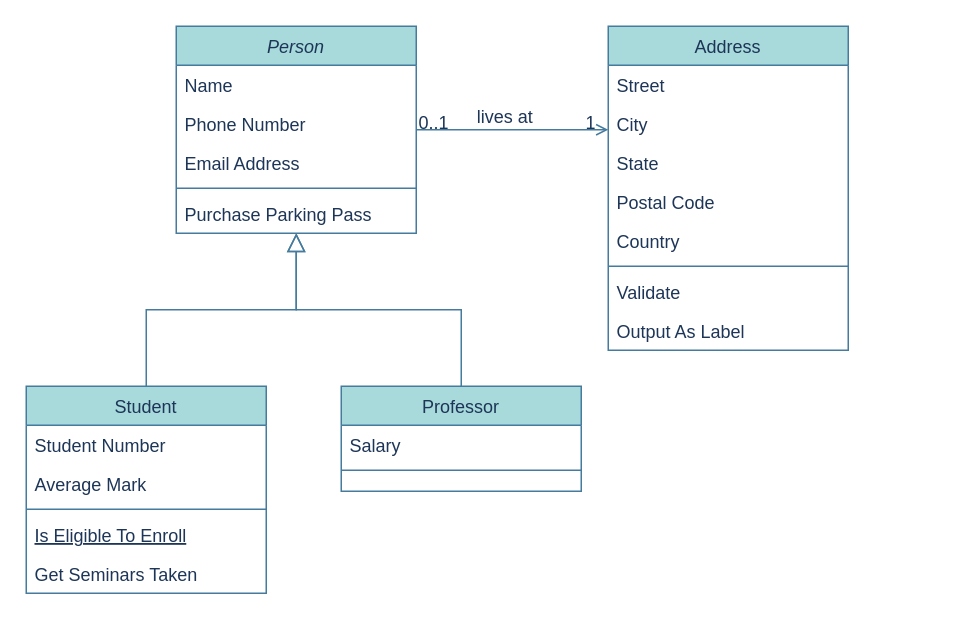
Earlier version of the draw.io diagram Untitled Diagram.drawio (sabbour-git/DB-ERD). Source tidied: cells renumbered, new cells numbered last; positions are measured from the earlier drawing's top-left corner, leaving out a move shared by most shapes. Both pictures are drawn from the tidied source at 150%, with x=0, y=0 at pixel (26, 26).
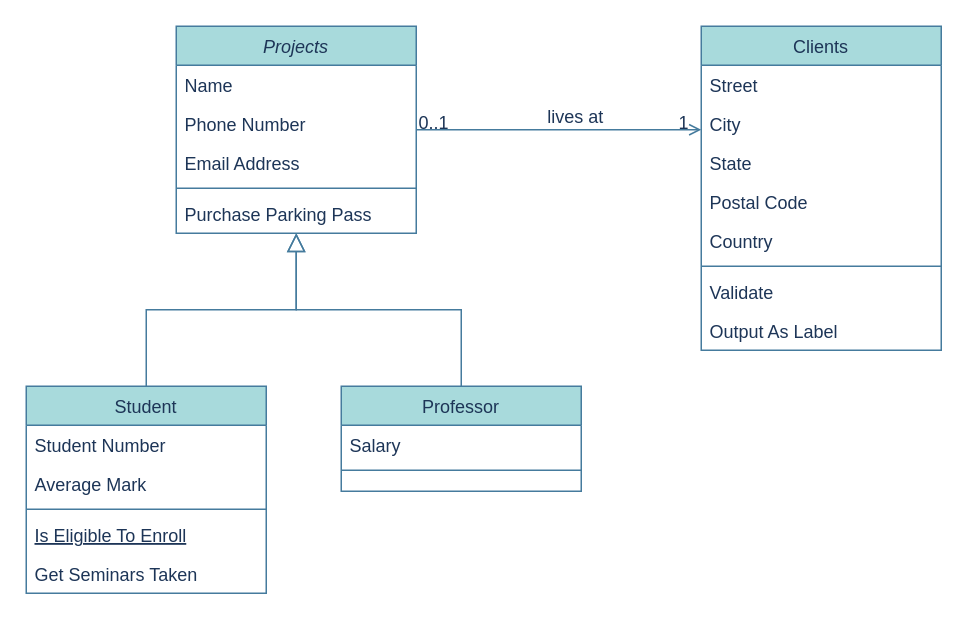
After the change.

Diff of the diagram source:
```diff
@@
-    <mxCell id="2" value="Person" style="swimlane;fontStyle=2;align=center;verticalAlign=top;horizontal=1;startSize=26;rounded=0;shadow=0;strokeWidth=1;labelBackgroundColor=none;fillColor=#A8DADC;strokeColor=#457B9D;fontColor=#1D3557;" parent="1" vertex="1">
+    <mxCell id="2" value="Projects" style="swimlane;fontStyle=2;align=center;verticalAlign=top;horizontal=1;startSize=26;rounded=0;shadow=0;strokeWidth=1;labelBackgroundColor=none;fillColor=#A8DADC;strokeColor=#457B9D;fontColor=#1D3557;" parent="1" vertex="1">
       <mxGeometry x="100" width="160" height="138" as="geometry" />
     </mxCell>
@@
-    <mxCell id="19" value="Address" style="swimlane;fontStyle=0;align=center;verticalAlign=top;horizontal=1;startSize=26;rounded=0;shadow=0;strokeWidth=1;labelBackgroundColor=none;fillColor=#A8DADC;strokeColor=#457B9D;fontColor=#1D3557;" parent="1" vertex="1">
-      <mxGeometry x="388" width="160" height="216" as="geometry" />
+    <mxCell id="19" value="Clients" style="swimlane;fontStyle=0;align=center;verticalAlign=top;horizontal=1;startSize=26;rounded=0;shadow=0;strokeWidth=1;labelBackgroundColor=none;fillColor=#A8DADC;strokeColor=#457B9D;fontColor=#1D3557;" parent="1" vertex="1">
+      <mxGeometry x="450" width="160" height="216" as="geometry" />
     </mxCell>
```
